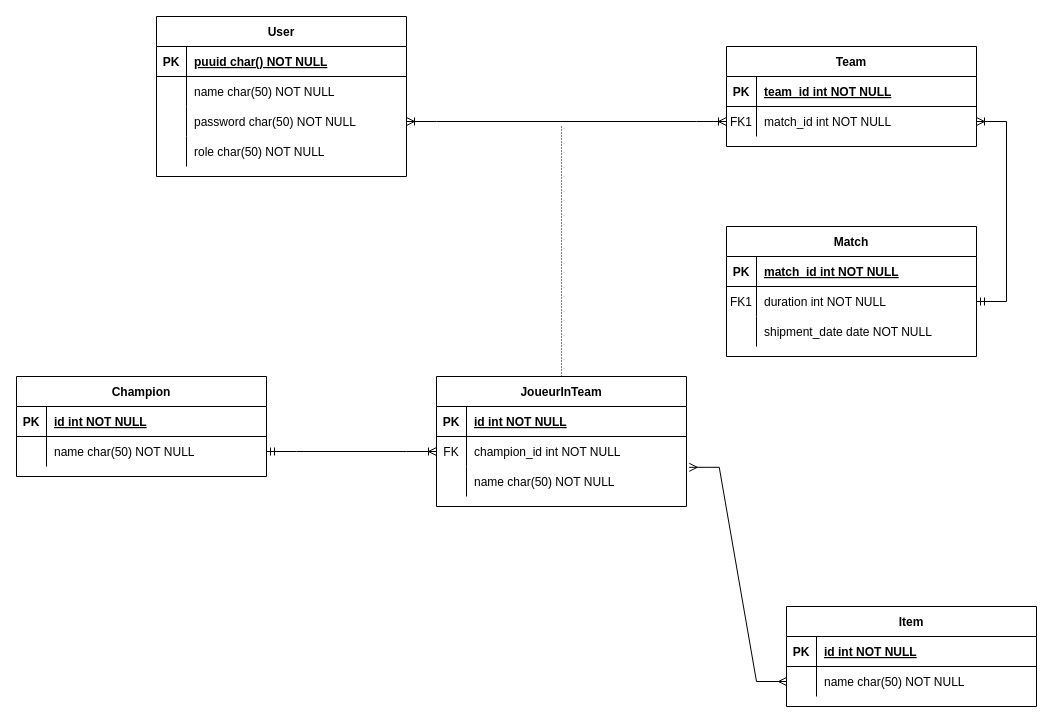
Above: Image Prod/Diagramme de donnees.drawio in Niyo-D-JC/HelpWork (draw.io), before the change. Source tidied: cells renumbered, new cells numbered last; positions are measured from the earlier drawing's top-left corner, leaving out a move shared by most shapes. Both pictures are drawn from the tidied source at 100%, with x=0, y=0 at pixel (16, 16).
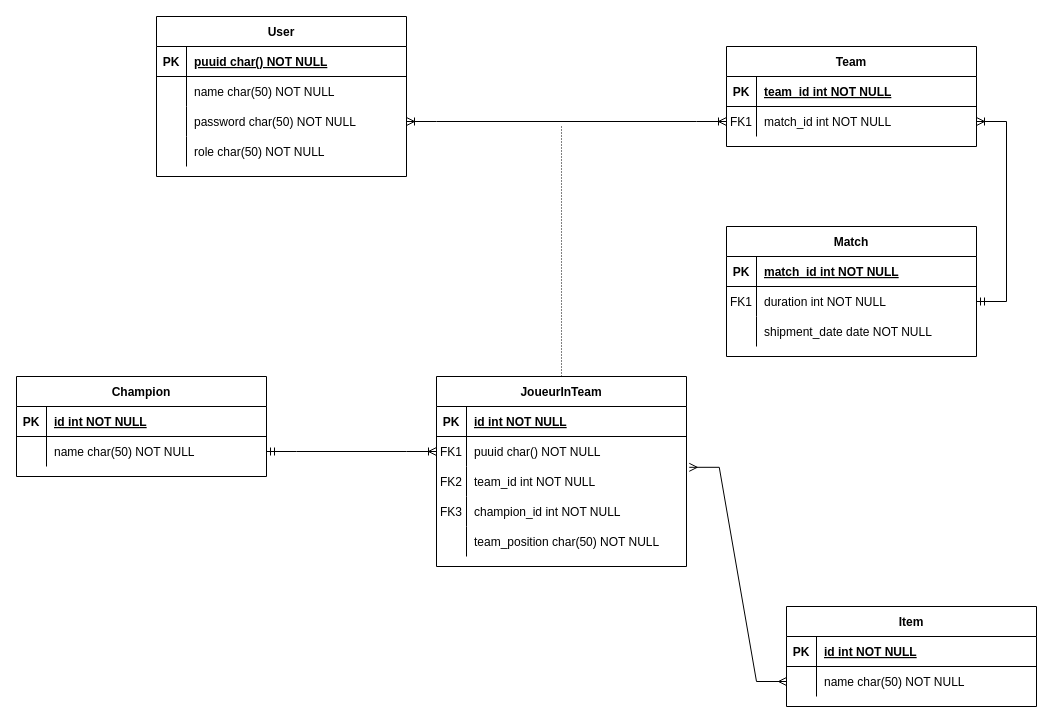
Above is the later version.

Unchanged cells that the change refers to:
```xml
<mxCell id="43" style="shape=partialRectangle;fillColor=none;points=[[0,0.5],[1,0.5]];portConstraint=eastwest;top=0;left=0;right=0;bottom=0;" parent="39" vertex="1">
  <mxGeometry y="60" width="250" height="30" as="geometry" />
</mxCell>
```

The edit, as a diff of the source:
```diff
@@
     <mxCell id="39" value="JoueurInTeam" style="shape=table;startSize=30;childLayout=tableLayout;rowLines=0;fontStyle=1;align=center;" parent="1" vertex="1">
-      <mxGeometry x="420" y="360" width="250" height="130" as="geometry" />
+      <mxGeometry x="420" y="360" width="250" height="190" as="geometry" />
     </mxCell>
@@
-    <mxCell id="44" value="FK" style="shape=partialRectangle;overflow=hidden;fillColor=none;top=0;left=0;bottom=0;right=0;" parent="43" vertex="1">
+    <mxCell id="44" value="FK1" style="shape=partialRectangle;overflow=hidden;fillColor=none;top=0;left=0;bottom=0;right=0;" parent="43" vertex="1">
       <mxGeometry width="30" height="30" as="geometry" />
     </mxCell>
-    <mxCell id="45" value="champion_id int NOT NULL" style="shape=partialRectangle;overflow=hidden;fillColor=none;top=0;left=0;bottom=0;right=0;align=left;spacingLeft=6;" parent="43" vertex="1">
+    <mxCell id="45" value="puuid char() NOT NULL" style="shape=partialRectangle;overflow=hidden;fillColor=none;top=0;left=0;bottom=0;right=0;align=left;spacingLeft=6;" parent="43" vertex="1">
       <mxGeometry x="30" width="220" height="30" as="geometry" />
     </mxCell>
+    <mxCell id="61" style="shape=partialRectangle;fillColor=none;top=0;left=0;right=0;bottom=0;" parent="39" vertex="1">
+      <mxGeometry y="90" width="250" height="30" as="geometry" />
+    </mxCell>
+    <mxCell id="62" value="FK2" style="shape=partialRectangle;overflow=hidden;fillColor=none;top=0;left=0;bottom=0;right=0;" parent="61" vertex="1">
+      <mxGeometry width="30" height="30" as="geometry" />
+    </mxCell>
+    <mxCell id="63" value="team_id int NOT NULL" style="shape=partialRectangle;overflow=hidden;fillColor=none;top=0;left=0;bottom=0;right=0;align=left;spacingLeft=6;" parent="61" vertex="1">
+      <mxGeometry x="30" width="220" height="30" as="geometry" />
+    </mxCell>
+    <mxCell id="64" style="shape=partialRectangle;fillColor=none;top=0;left=0;right=0;bottom=0;" parent="39" vertex="1">
+      <mxGeometry y="120" width="250" height="30" as="geometry" />
+    </mxCell>
+    <mxCell id="65" value="FK3" style="shape=partialRectangle;overflow=hidden;fillColor=none;top=0;left=0;bottom=0;right=0;" parent="64" vertex="1">
+      <mxGeometry width="30" height="30" as="geometry" />
+    </mxCell>
+    <mxCell id="66" value="champion_id int NOT NULL" style="shape=partialRectangle;overflow=hidden;fillColor=none;top=0;left=0;bottom=0;right=0;align=left;spacingLeft=6;" parent="64" vertex="1">
+      <mxGeometry x="30" width="220" height="30" as="geometry" />
+    </mxCell>
     <mxCell id="46" style="shape=partialRectangle;fillColor=none;top=0;left=0;right=0;bottom=0;" parent="39" vertex="1">
-      <mxGeometry y="90" width="250" height="30" as="geometry" />
+      <mxGeometry y="150" width="250" height="30" as="geometry" />
     </mxCell>
@@
-    <mxCell id="48" value="name char(50) NOT NULL" style="shape=partialRectangle;overflow=hidden;fillColor=none;top=0;left=0;bottom=0;right=0;align=left;spacingLeft=6;" parent="46" vertex="1">
+    <mxCell id="48" value="team_position char(50) NOT NULL" style="shape=partialRectangle;overflow=hidden;fillColor=none;top=0;left=0;bottom=0;right=0;align=left;spacingLeft=6;" parent="46" vertex="1">
       <mxGeometry x="30" width="220" height="30" as="geometry" />
     </mxCell>
```
